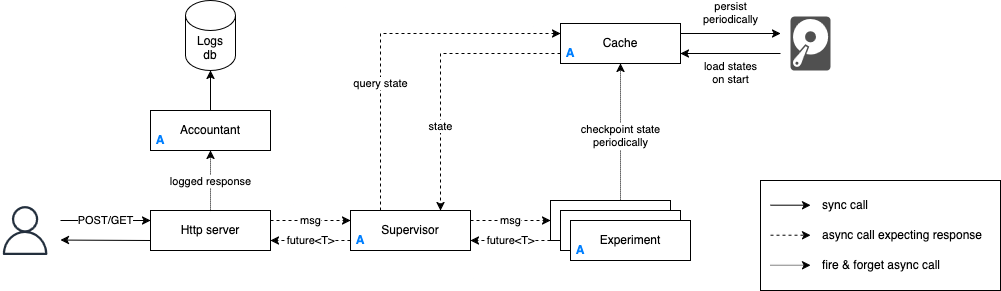
Before: assets/architecture.png, a diagram exported from draw.io (clabrugere/rust-bandits). Source tidied: cells renumbered, new cells last; positions are measured from the earlier drawing's top-left corner, leaving out a move shared by most shapes.
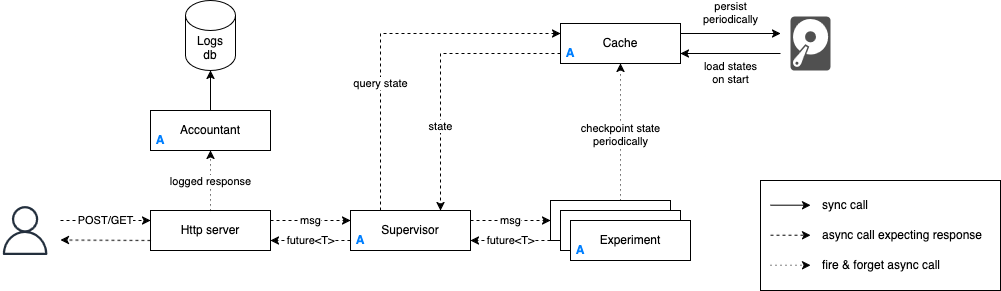
After the commit.

Diff of the diagram source:
```diff
@@ -20,7 +20,7 @@
     <mxCell id="7" value="&lt;div&gt;Logs&lt;/div&gt;&lt;div&gt;db&lt;br&gt;&lt;/div&gt;" style="shape=cylinder3;whiteSpace=wrap;html=1;boundedLbl=1;backgroundOutline=1;size=15;" parent="1" vertex="1">
       <mxGeometry x="185" width="50" height="70" as="geometry" />
     </mxCell>
-    <mxCell id="8" value="logged response" style="edgeStyle=orthogonalEdgeStyle;rounded=0;jettySize=auto;html=1;dashed=1;dashPattern=1 1;entryX=0.5;entryY=1;entryDx=0;entryDy=0;" parent="1" edge="1" source="2" target="31">
+    <mxCell id="8" value="logged response" style="edgeStyle=orthogonalEdgeStyle;rounded=0;jettySize=auto;html=1;dashed=1;dashPattern=1 4;entryX=0.5;entryY=1;entryDx=0;entryDy=0;" parent="1" edge="1" source="2" target="31">
       <mxGeometry x="-0.02" relative="1" as="geometry" />
     </mxCell>
     <mxCell id="9" value="state" style="edgeStyle=orthogonalEdgeStyle;rounded=0;jettySize=auto;html=1;exitX=0;exitY=0.75;exitDx=0;exitDy=0;entryX=0.75;entryY=0;entryDx=0;entryDy=0;dashed=1;fillColor=#ffe6cc;strokeColor=#000000;labelBackgroundColor=default;fontColor=light-dark(#000000,#EDEDED);" parent="1" edge="1" source="11" target="4">
@@ -35,7 +35,7 @@
     <mxCell id="11" value="Cache" style="rounded=0;whiteSpace=wrap;html=1;" parent="1" vertex="1">
       <mxGeometry x="560" y="23" width="120" height="40" as="geometry" />
     </mxCell>
-    <mxCell id="12" value="&lt;div&gt;checkpoint state&lt;/div&gt;&lt;div&gt;periodically&lt;br&gt;&lt;/div&gt;" style="edgeStyle=orthogonalEdgeStyle;rounded=0;jettySize=auto;html=1;entryX=0.5;entryY=1;entryDx=0;entryDy=0;dashed=1;dashPattern=1 1;" parent="1" edge="1" source="35" target="11">
+    <mxCell id="12" value="&lt;div&gt;checkpoint state&lt;/div&gt;&lt;div&gt;periodically&lt;br&gt;&lt;/div&gt;" style="edgeStyle=orthogonalEdgeStyle;rounded=0;jettySize=auto;html=1;entryX=0.5;entryY=1;entryDx=0;entryDy=0;dashed=1;dashPattern=1 4;" parent="1" edge="1" source="35" target="11">
       <mxGeometry x="0.01" relative="1" as="geometry" />
     </mxCell>
     <mxCell id="13" style="sketch=0;shadow=0;dashed=0;html=1;strokeColor=none;fillColor=#505050;labelPosition=center;verticalLabelPosition=bottom;verticalAlign=top;align=center;shape=mxgraph.office.devices.hard_disk;" parent="1" vertex="1">
@@ -74,7 +74,7 @@
     <mxCell id="22" style="group;" parent="14" vertex="1">
       <mxGeometry x="10" y="70" width="220" height="30" as="geometry" />
     </mxCell>
-    <mxCell id="23" style="endArrow=classic;html=1;rounded=0;dashed=1;dashPattern=1 1;" parent="22" edge="1">
+    <mxCell id="23" style="endArrow=classic;html=1;rounded=0;dashed=1;dashPattern=1 4;" parent="22" edge="1">
       <mxGeometry relative="1" as="geometry">
         <mxPoint y="14.7" as="sourcePoint" />
         <mxPoint x="40" y="14.7" as="targetPoint" />
@@ -95,12 +95,12 @@
     <mxCell id="27" value="A" style="text;html=1;align=center;verticalAlign=middle;whiteSpace=wrap;rounded=0;fontStyle=1;fontColor=light-dark(#007FFF,#EDEDED);" parent="1" vertex="1">
       <mxGeometry x="560" y="43" width="20" height="20" as="geometry" />
     </mxCell>
-    <mxCell id="28" value="POST/GET" style="endArrow=classic;html=1;rounded=0;entryX=0;entryY=0.25;entryDx=0;entryDy=0;" parent="1" edge="1" target="2">
+    <mxCell id="28" value="POST/GET" style="endArrow=classic;html=1;rounded=0;entryX=0;entryY=0.25;entryDx=0;entryDy=0;dashed=1;" parent="1" edge="1" target="2">
       <mxGeometry relative="1" as="geometry">
         <mxPoint x="60" y="220" as="sourcePoint" />
       </mxGeometry>
     </mxCell>
-    <mxCell id="29" style="endArrow=classic;html=1;rounded=0;entryX=0;entryY=0.25;entryDx=0;entryDy=0;exitX=0;exitY=0.75;exitDx=0;exitDy=0;" parent="1" edge="1" source="2">
+    <mxCell id="29" style="endArrow=classic;html=1;rounded=0;entryX=0;entryY=0.25;entryDx=0;entryDy=0;exitX=0;exitY=0.75;exitDx=0;exitDy=0;dashed=1;" parent="1" edge="1" source="2">
       <mxGeometry relative="1" as="geometry">
         <mxPoint x="60" y="239.6" as="targetPoint" />
       </mxGeometry>
```
